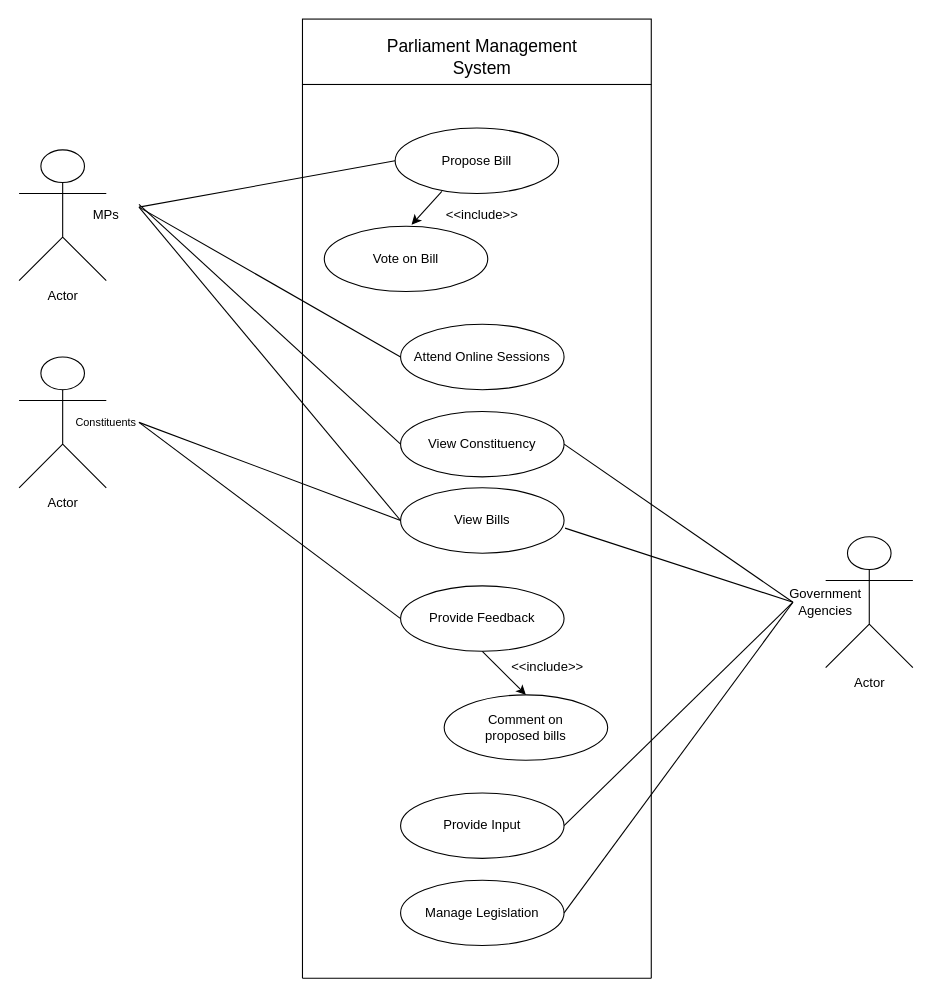
The draw.io diagram usecase_parliament.drawio in mdarslan7/sepm_lab_diagrams, before the edit. Source tidied: cells renumbered, new cells numbered last; positions are measured from the earlier drawing's top-left corner, leaving out a move shared by most shapes. Both pictures are drawn from the tidied source at 109%, with x=0, y=0 at pixel (19, 19).
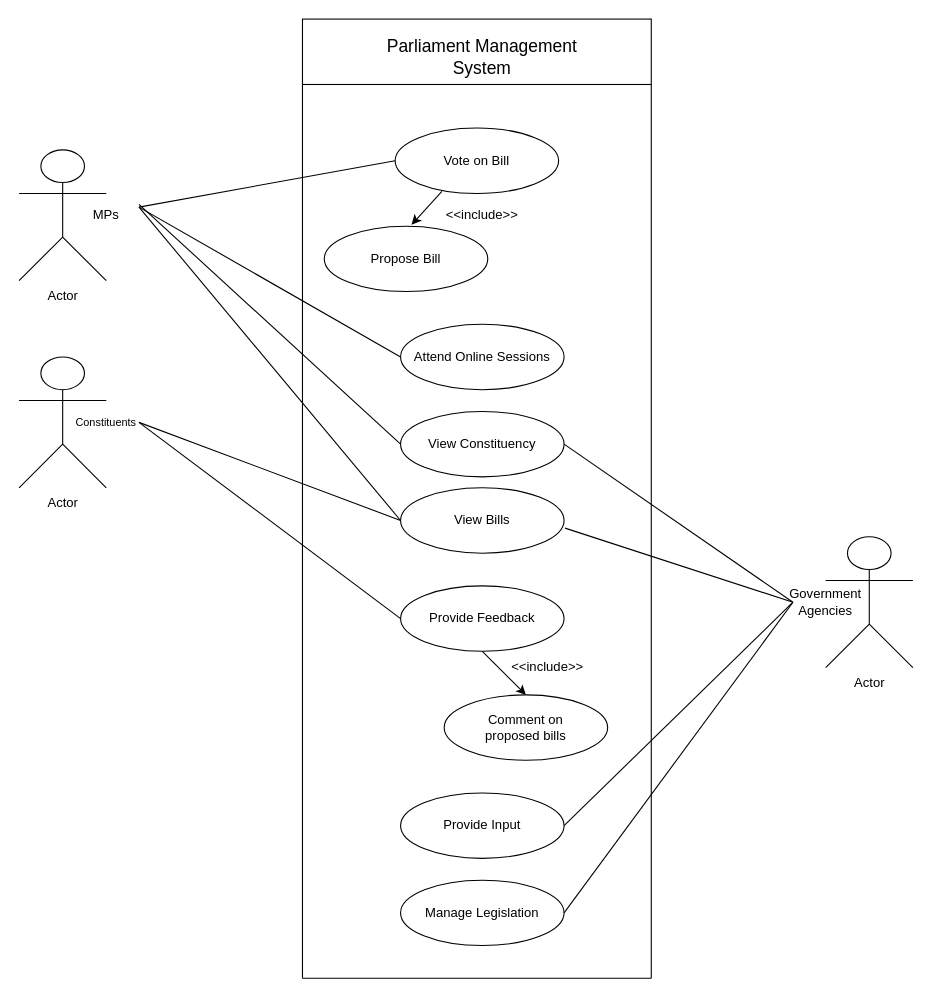
After the change.

Diff of the diagram source:
```diff
@@
-    <mxCell id="12" value="Propose Bill" style="ellipse;whiteSpace=wrap;html=1;" parent="1" vertex="1">
+    <mxCell id="12" value="Vote on Bill" style="ellipse;whiteSpace=wrap;html=1;" parent="1" vertex="1">
       <mxGeometry x="345" y="100" width="150" height="60" as="geometry" />
     </mxCell>
@@
-    <mxCell id="15" value="Vote on Bill" style="ellipse;whiteSpace=wrap;html=1;" parent="1" vertex="1">
+    <mxCell id="15" value="Propose Bill" style="ellipse;whiteSpace=wrap;html=1;" parent="1" vertex="1">
       <mxGeometry x="280" y="190" width="150" height="60" as="geometry" />
     </mxCell>
```
